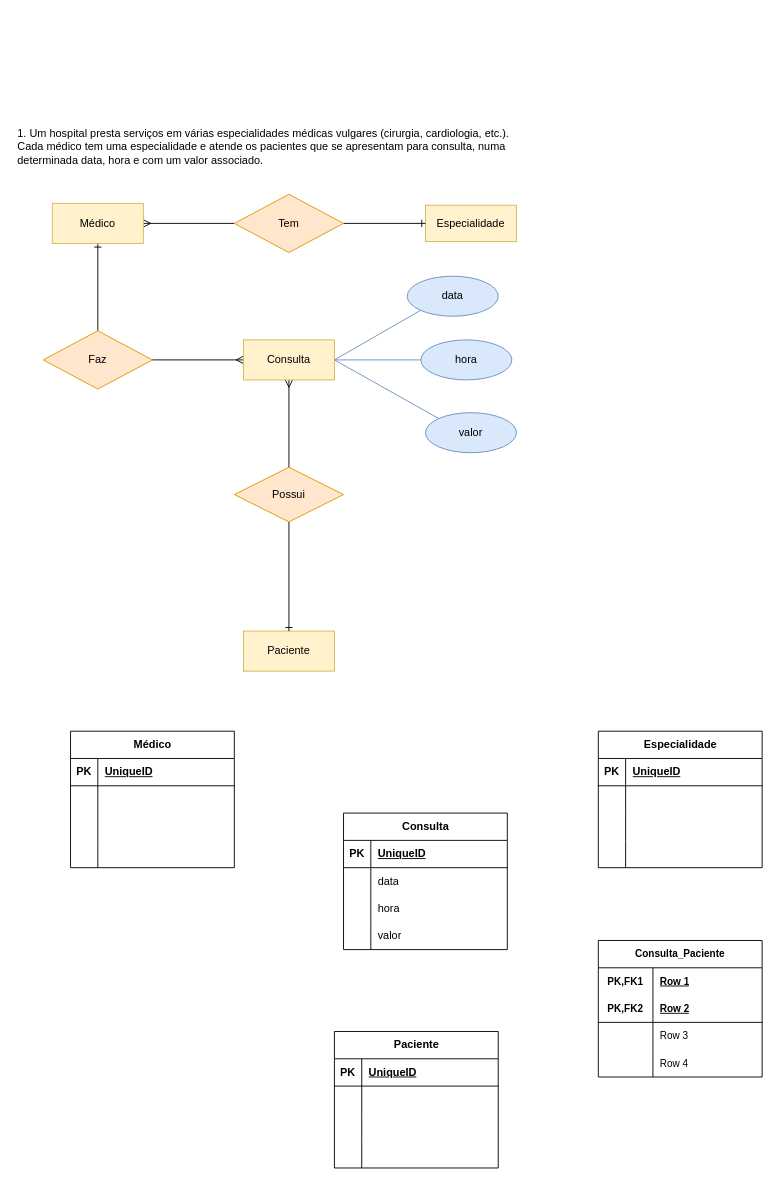
Before: page "hospital" (3 of 3) of BDC/Exercicios/exercicios-BDC.drawio in fernandosr-dev/CESAE_WebDev, a draw.io diagram. Source tidied: cells renumbered, new cells numbered last; positions are measured from the earlier drawing's top-left corner, leaving out a move shared by most shapes. Both pictures are drawn from the tidied source at 91%, with x=0, y=0 at pixel (15, 121).
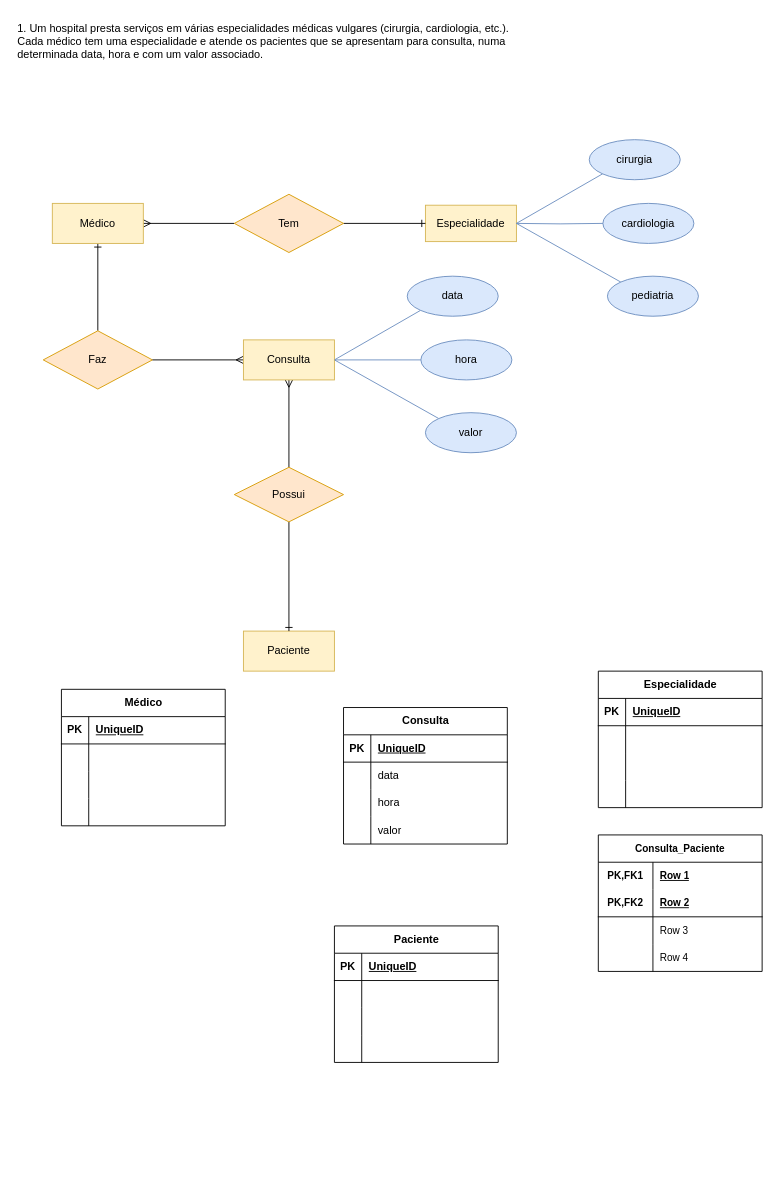
The same page after the edit.

What changed in the source:
```diff
@@
     <mxCell id="2" value="1. Um hospital presta serviços em várias especialidades médicas vulgares (cirurgia, cardiologia, etc.). Cada médico tem uma especialidade e atende os pacientes que se apresentam para consulta, numa determinada data, hora e com um valor associado." style="text;whiteSpace=wrap;html=1;" parent="1" vertex="1">
-      <mxGeometry width="560" height="60" as="geometry" />
+      <mxGeometry y="-116" width="560" height="60" as="geometry" />
     </mxCell>
@@
-    <mxCell id="6" value="Especialidade" style="whiteSpace=wrap;html=1;align=center;fillColor=#fff2cc;strokeColor=#d6b656;" parent="1" vertex="1">
+    <mxCell id="6" value="Especialidade" style="whiteSpace=wrap;html=1;align=center;fillColor=#fff2cc;strokeColor=#d6b656;fillStyle=solid;" parent="1" vertex="1">
       <mxGeometry x="450" y="92" width="100" height="40" as="geometry" />
     </mxCell>
@@
     <mxCell id="22" value="Médico" style="shape=table;startSize=30;childLayout=tableLayout;rowLines=0;fontStyle=1;align=center;html=1;" parent="1" vertex="1">
-      <mxGeometry x="60" y="670" width="180" height="150" as="geometry" />
+      <mxGeometry x="50" y="624" width="180" height="150" as="geometry" />
     </mxCell>
@@
     <mxCell id="35" value="Especialidade" style="shape=table;startSize=30;childLayout=tableLayout;rowLines=0;fontStyle=1;align=center;html=1;" parent="1" vertex="1">
-      <mxGeometry x="640" y="670" width="180" height="150" as="geometry" />
+      <mxGeometry x="640" y="604" width="180" height="150" as="geometry" />
     </mxCell>
@@
     <mxCell id="48" value="Consulta" style="shape=table;startSize=30;childLayout=tableLayout;rowLines=0;fontStyle=1;align=center;html=1;" parent="1" vertex="1">
-      <mxGeometry x="360" y="760" width="180" height="150" as="geometry" />
+      <mxGeometry x="360" y="644" width="180" height="150" as="geometry" />
     </mxCell>
@@
     <mxCell id="61" value="Paciente" style="shape=table;startSize=30;childLayout=tableLayout;rowLines=0;fontStyle=1;align=center;html=1;" parent="1" vertex="1">
-      <mxGeometry x="350" y="1000" width="180" height="150" as="geometry" />
+      <mxGeometry x="350" y="884" width="180" height="150" as="geometry" />
     </mxCell>
@@
     <mxCell id="74" value="Consulta_Paciente" style="shape=table;startSize=30;childLayout=tableLayout;rowLines=0;fontStyle=1;align=center;html=1;whiteSpace=wrap;fontFamily=Helvetica;fontSize=11;fontColor=default;labelBackgroundColor=default;" parent="1" vertex="1">
-      <mxGeometry x="640" y="900" width="180" height="150" as="geometry" />
+      <mxGeometry x="640" y="784" width="180" height="150" as="geometry" />
     </mxCell>
@@
+    <mxCell id="87" value="cirurgia" style="ellipse;whiteSpace=wrap;html=1;align=center;fillColor=#dae8fc;strokeColor=#6c8ebf;" parent="1" vertex="1">
+      <mxGeometry x="630" y="20" width="100" height="44" as="geometry" />
+    </mxCell>
+    <mxCell id="88" value="cardiologia" style="ellipse;whiteSpace=wrap;html=1;align=center;fillColor=#dae8fc;strokeColor=#6c8ebf;" parent="1" vertex="1">
+      <mxGeometry x="645" y="90" width="100" height="44" as="geometry" />
+    </mxCell>
+    <mxCell id="89" value="pediatria" style="ellipse;whiteSpace=wrap;html=1;align=center;fillColor=#dae8fc;strokeColor=#6c8ebf;" parent="1" vertex="1">
+      <mxGeometry x="650" y="170" width="100" height="44" as="geometry" />
+    </mxCell>
+    <mxCell id="90" style="rounded=0;jettySize=auto;html=1;exitX=0;exitY=1;exitDx=0;exitDy=0;entryX=1;entryY=0.5;entryDx=0;entryDy=0;endArrow=none;endFill=0;fillColor=#dae8fc;strokeColor=#6c8ebf;" parent="1" edge="1" source="87">
+      <mxGeometry relative="1" as="geometry">
+        <mxPoint x="550" y="112" as="targetPoint" />
+      </mxGeometry>
+    </mxCell>
+    <mxCell id="91" style="edgeStyle=orthogonalEdgeStyle;rounded=0;jettySize=auto;html=1;exitX=1;exitY=0.5;exitDx=0;exitDy=0;entryX=0;entryY=0.5;entryDx=0;entryDy=0;endArrow=none;endFill=0;fillColor=#dae8fc;strokeColor=#6c8ebf;" parent="1" edge="1" target="88">
+      <mxGeometry relative="1" as="geometry">
+        <mxPoint x="550" y="112" as="sourcePoint" />
+      </mxGeometry>
+    </mxCell>
+    <mxCell id="92" style="rounded=0;jettySize=auto;html=1;exitX=1;exitY=0.5;exitDx=0;exitDy=0;entryX=0;entryY=0;entryDx=0;entryDy=0;startArrow=none;startFill=0;endArrow=none;endFill=0;fillColor=#dae8fc;strokeColor=#6c8ebf;" parent="1" edge="1" target="89">
+      <mxGeometry relative="1" as="geometry">
+        <mxPoint x="550" y="112" as="sourcePoint" />
+      </mxGeometry>
+    </mxCell>
```
